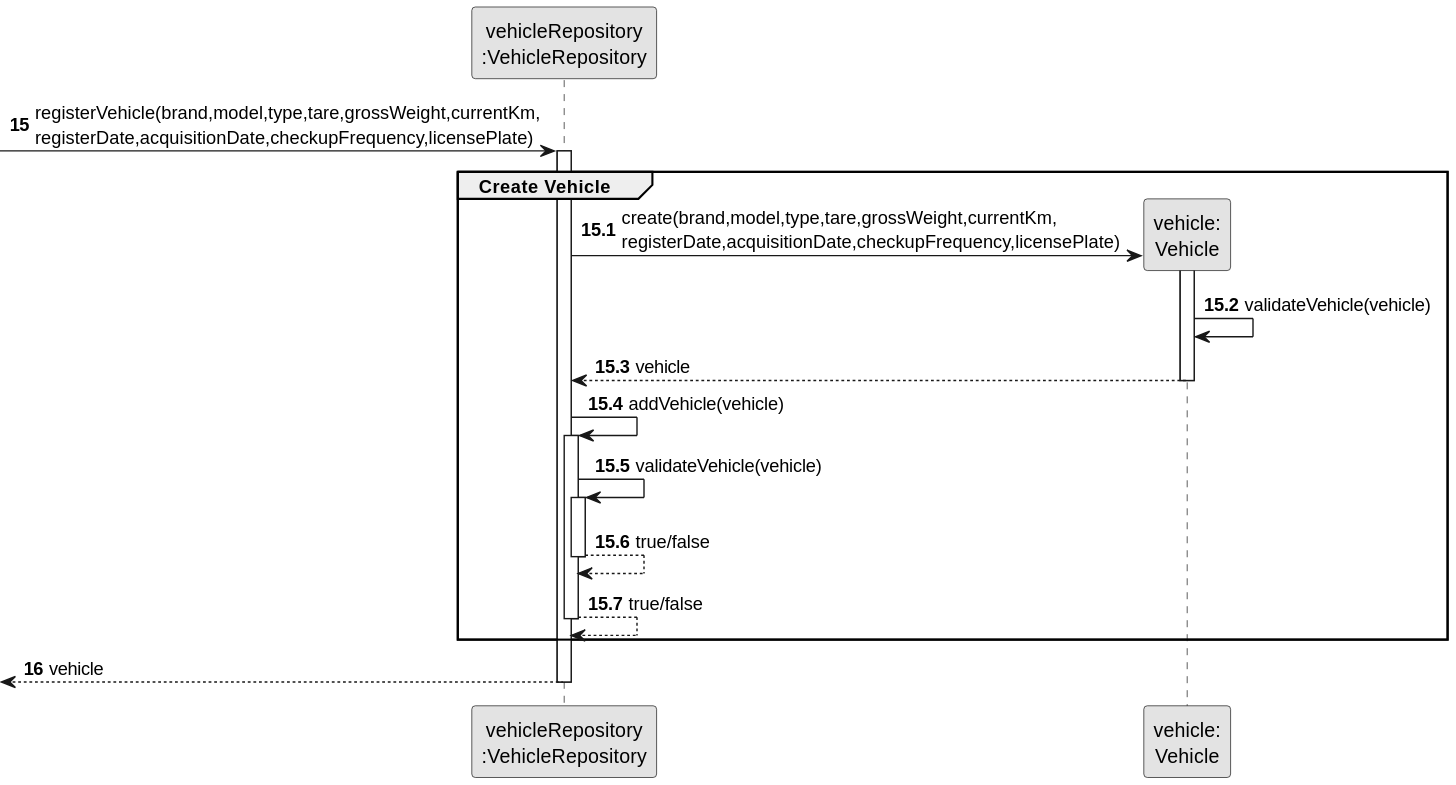
Departamento-de-Engenharia-Informatica/lei-24-s2-1db-g022 keeps this PlantUML diagram as docs/sprint2/us06/03.design/svg/us06-sequence-diagram-partial-create-vehicle.svg. Above is the earlier version. The source it was exported from:
```plantuml
@startuml
skinparam monochrome true
skinparam packageStyle rectangle
skinparam shadowing false

participant "vehicleRepository\n:VehicleRepository" as VR
participant "vehicle:\nVehicle" as Vehicle

autonumber 15
-> VR: registerVehicle(brand,model,type,tare,grossWeight,currentKm,\nregisterDate,acquisitionDate,checkupFrequency,licensePlate)

autonumber 15.1
activate VR
    group Create Vehicle

            VR -> Vehicle**: create(brand,model,type,tare,grossWeight,currentKm,\nregisterDate,acquisitionDate,checkupFrequency,licensePlate)

            activate Vehicle

                Vehicle -> Vehicle: validateVehicle(vehicle)
                Vehicle --> VR : vehicle

            deactivate Vehicle

        VR -> VR: addVehicle(vehicle)

        activate VR
            VR -> VR: validateVehicle(vehicle)
            activate VR
                VR --> VR : true/false
            deactivate VR

            VR --> VR : true/false

        deactivate VR
    end

    autonumber 16
    <-- VR : vehicle
deactivate VR
@enduml
```
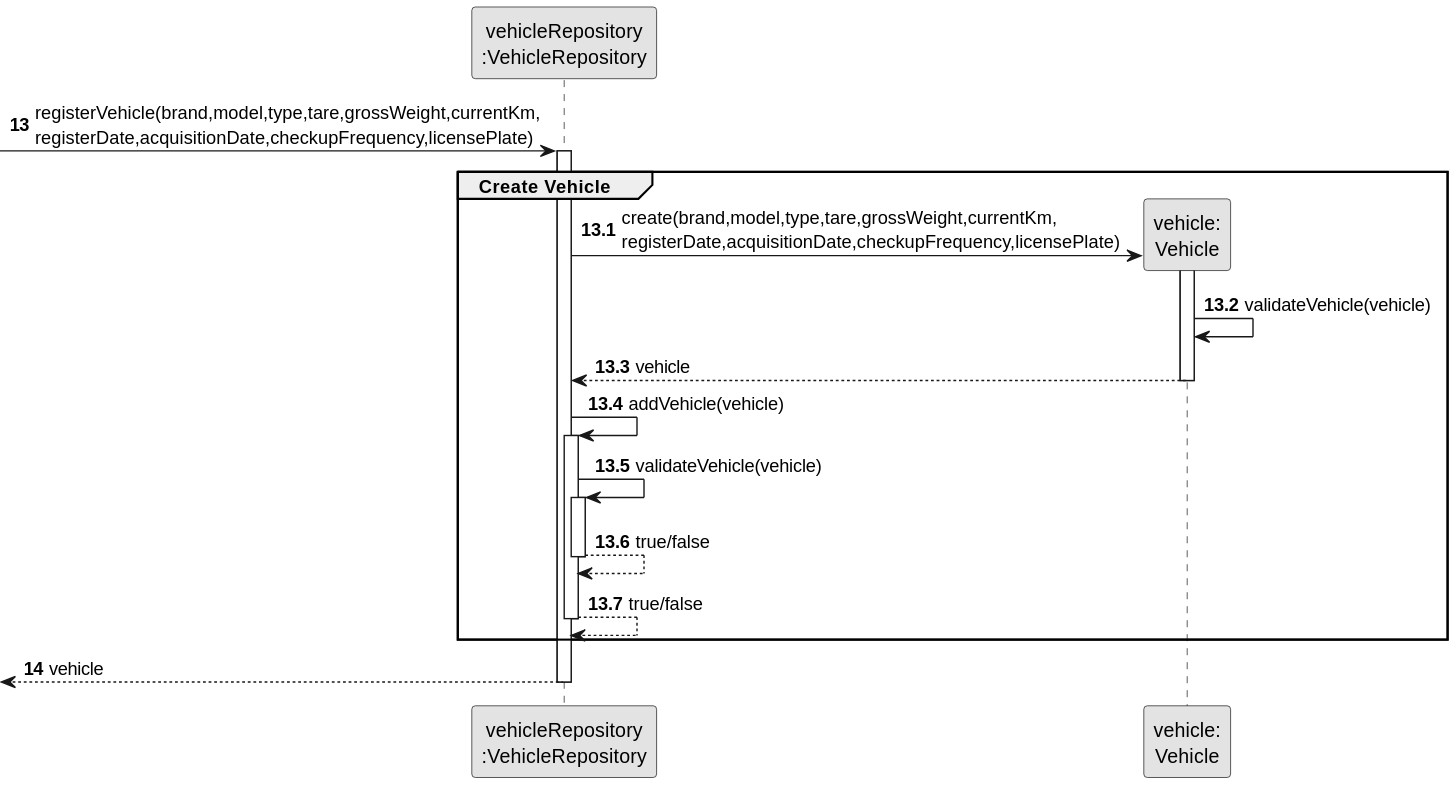
After the change.

What changed in the source:
```diff
@@ -6,10 +6,10 @@
 participant "vehicleRepository\n:VehicleRepository" as VR
 participant "vehicle:\nVehicle" as Vehicle
 
-autonumber 15
+autonumber 13
 -> VR: registerVehicle(brand,model,type,tare,grossWeight,currentKm,\nregisterDate,acquisitionDate,checkupFrequency,licensePlate)
 
-autonumber 15.1
+autonumber 13.1
 activate VR
     group Create Vehicle
 
@@ -35,7 +35,7 @@
         deactivate VR
     end
 
-    autonumber 16
+    autonumber 14
     <-- VR : vehicle
 deactivate VR
 @enduml
```
